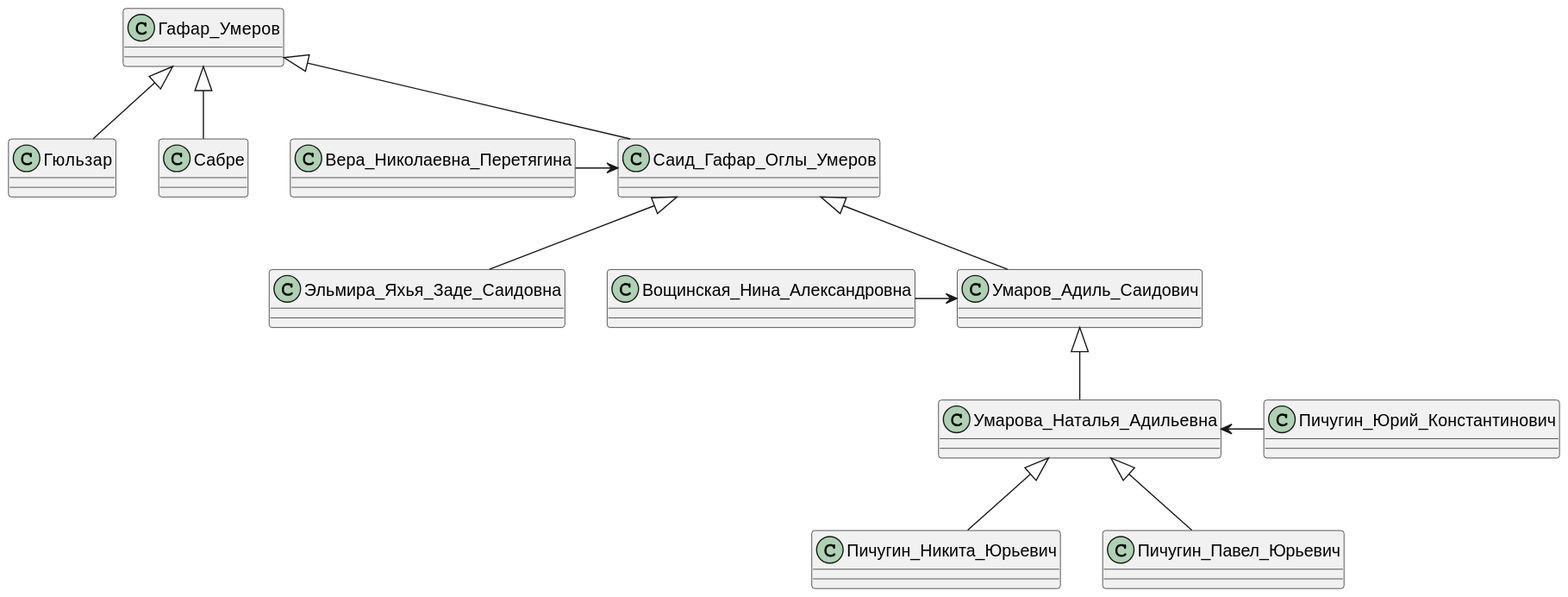
Above: out/main/main.svg in nagvalhm/umerovs (PlantUML), before the change.
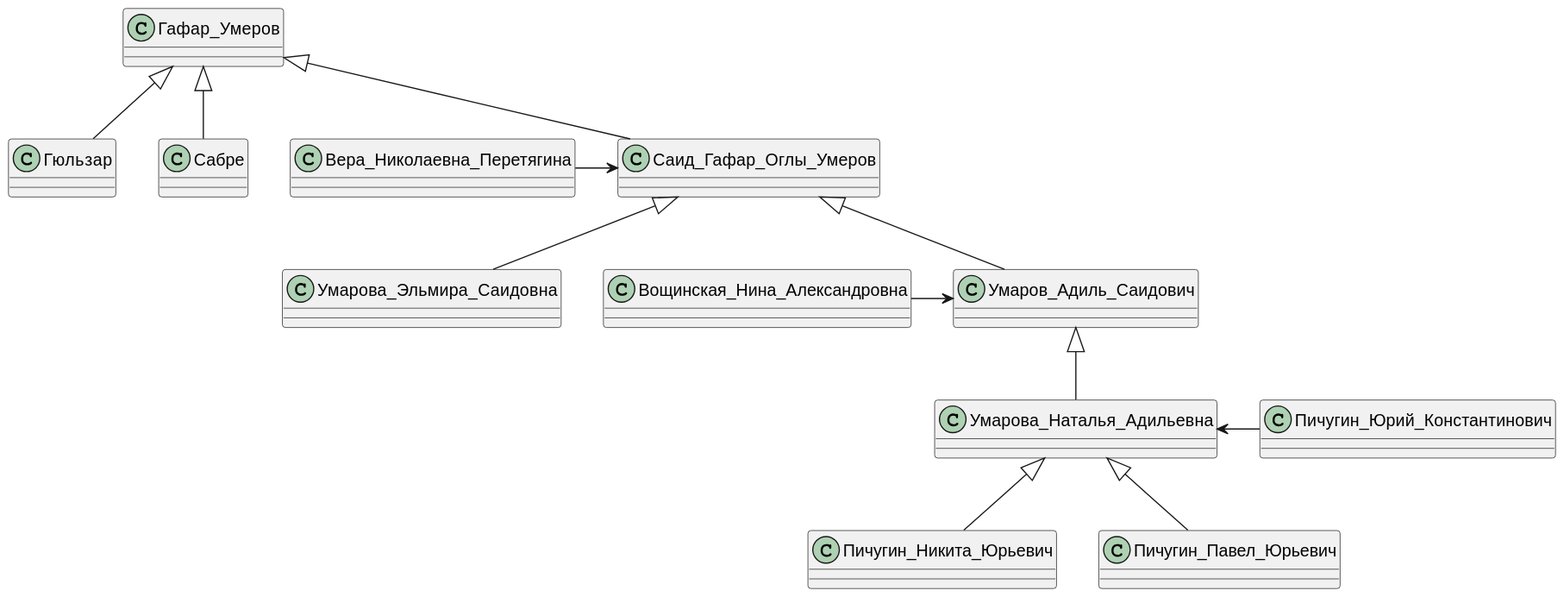
After the change.

Change to the diagram source:
```diff
@@ -9,7 +9,7 @@
 
 Умаров_Адиль_Саидович -up-|> Саид_Гафар_Оглы_Умеров
     Вощинская_Нина_Александровна -right-> Умаров_Адиль_Саидович
-Эльмира_Яхья_Заде_Саидовна -up-|> Саид_Гафар_Оглы_Умеров
+Умарова_Эльмира_Саидовна -up-|> Саид_Гафар_Оглы_Умеров
 
 
 Умарова_Наталья_Адильевна -up-|> Умаров_Адиль_Саидович
```
